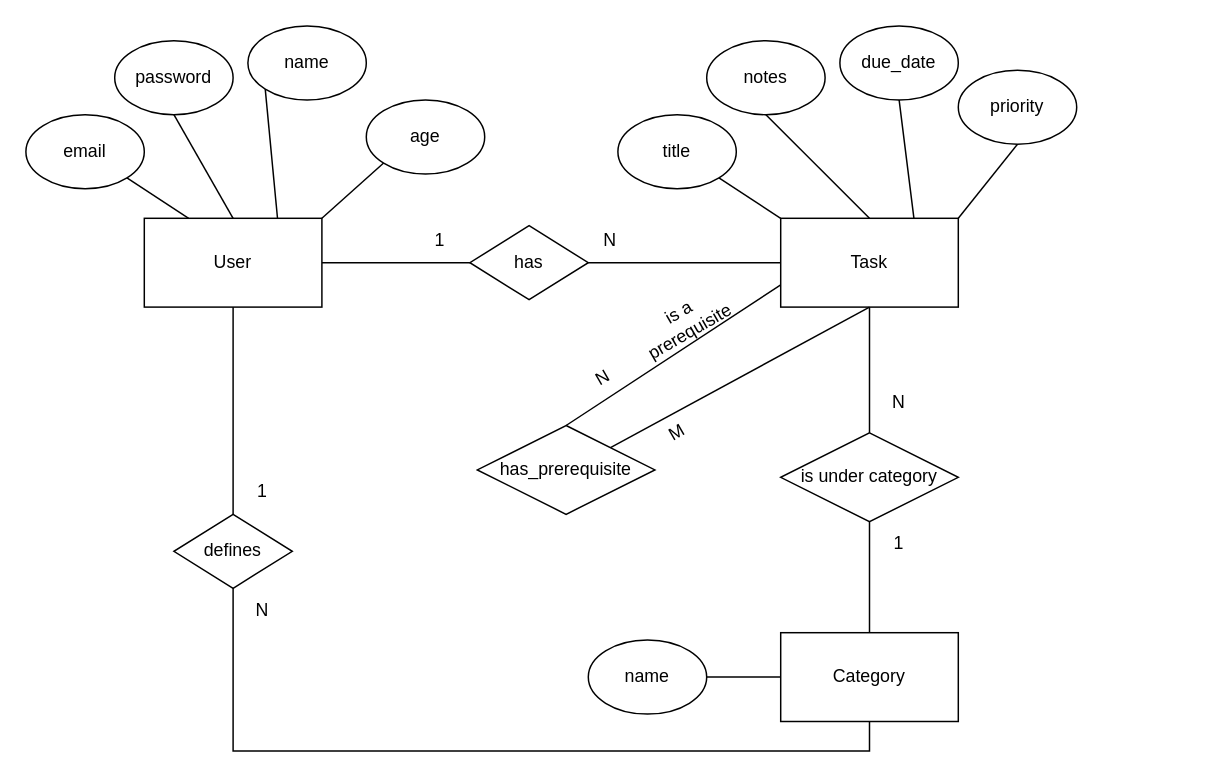
The draw.io diagram db-design.drawio in itsEmadK/django-task-manager, before the edit. Source tidied: cells renumbered, new cells numbered last; positions are measured from the earlier drawing's top-left corner, leaving out a move shared by most shapes. Both pictures are drawn from the tidied source at 148%, with x=0, y=0 at pixel (25, 25).
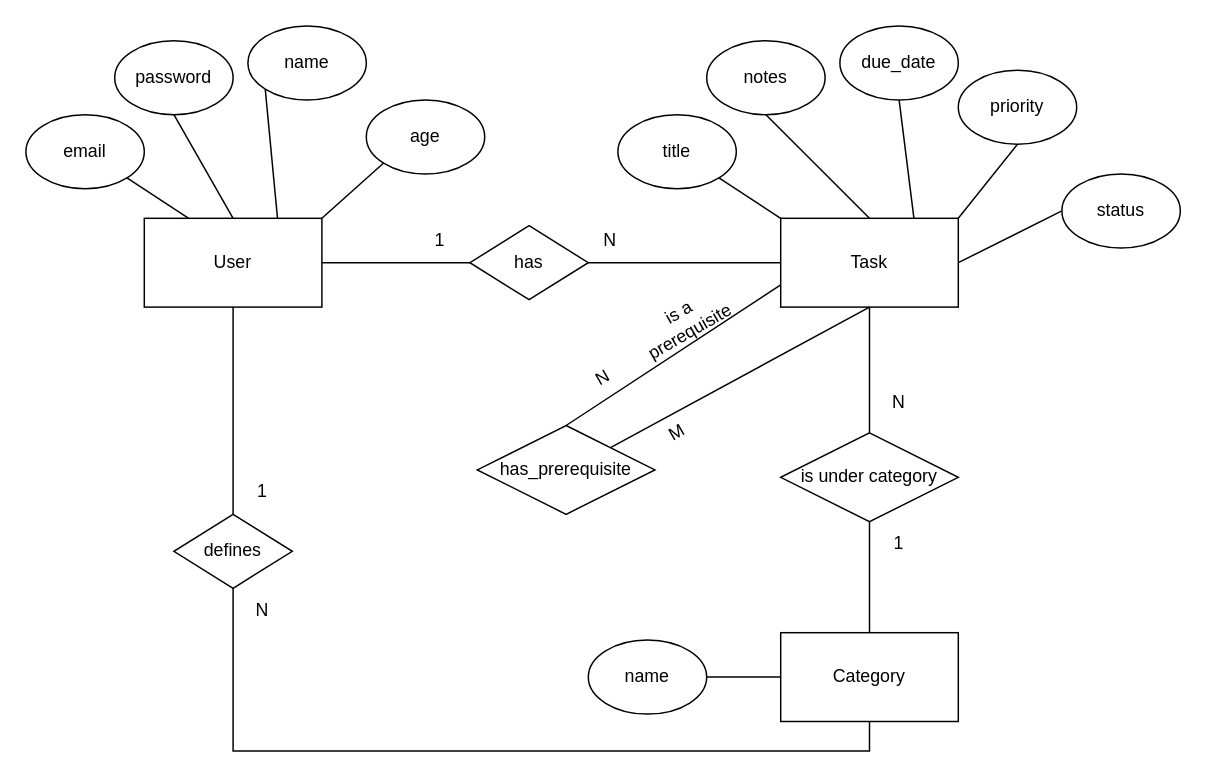
After the change.

Unchanged cells that the change refers to:
```xml
<mxCell id="20" value="Task" style="rounded=0;whiteSpace=wrap;html=1;" parent="1" vertex="1">
  <mxGeometry x="510" y="130" width="120" height="60" as="geometry" />
</mxCell>
```

What changed in the source:
```diff
@@
+    <mxCell id="45" style="shape=wire;rounded=0;jettySize=auto;html=1;exitX=1;exitY=0.5;exitDx=0;exitDy=0;entryX=0;entryY=0.5;entryDx=0;entryDy=0;dashed=1;endArrow=none;endFill=0;" parent="1" edge="1" source="20" target="46">
+      <mxGeometry relative="1" as="geometry" />
+    </mxCell>
@@
+    <mxCell id="46" value="status" style="ellipse;whiteSpace=wrap;html=1;shapeInside=1;" parent="1" vertex="1">
+      <mxGeometry x="700" y="100" width="80" height="50" as="geometry" />
+    </mxCell>
```
